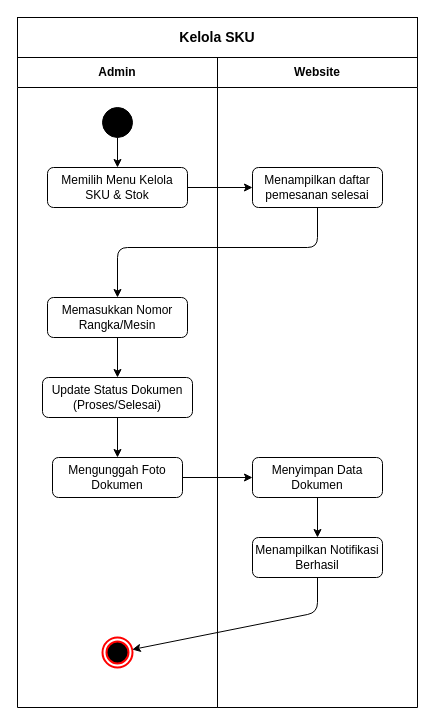
Above: page "Activity: KelolaKategori" (6 of 18) of diagram-macha/Macha_Diagrams.drawio in FikriBintangx/Macha (draw.io), before the change. Source tidied: cells renumbered, new cells numbered last; positions are measured from the earlier drawing's top-left corner, leaving out a move shared by most shapes. Both pictures are drawn from the tidied source at 100%, with x=0, y=0 at pixel (17, 17).
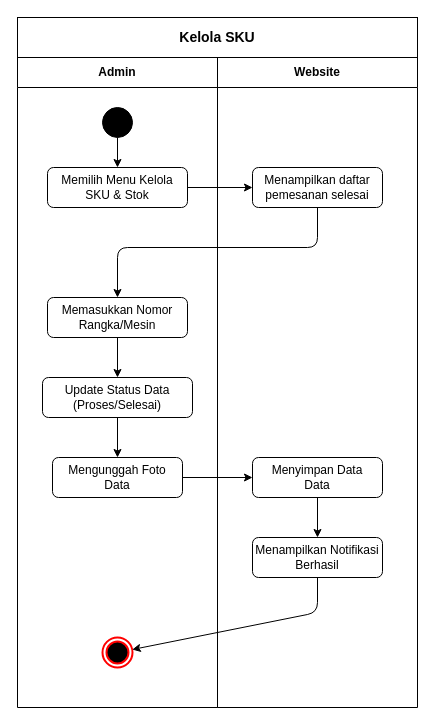
After the change.

The change refers to these unchanged cells:
```xml
<mxCell id="2" value="Admin" style="swimlane;whiteSpace=wrap;html=1;startSize=30;" parent="1" vertex="1">
  <mxGeometry y="40" width="200" height="650" as="geometry" />
</mxCell>
<mxCell id="9" value="Website" style="swimlane;whiteSpace=wrap;html=1;startSize=30;" parent="1" vertex="1">
  <mxGeometry x="200" y="40" width="200" height="650" as="geometry" />
</mxCell>
```

Change to the diagram source:
```diff
@@
-    <mxCell id="6" value="Update Status Dokumen&#10;(Proses/Selesai)" style="rounded=1;whiteSpace=wrap;html=1;" parent="2" vertex="1">
+    <mxCell id="6" value="Update Status Data&#10;(Proses/Selesai)" style="rounded=1;whiteSpace=wrap;html=1;" parent="2" vertex="1">
       <mxGeometry x="25" y="320" width="150" height="40" as="geometry" />
     </mxCell>
-    <mxCell id="7" value="Mengunggah Foto&#10;Dokumen" style="rounded=1;whiteSpace=wrap;html=1;" parent="2" vertex="1">
+    <mxCell id="7" value="Mengunggah Foto&#10;Data" style="rounded=1;whiteSpace=wrap;html=1;" parent="2" vertex="1">
       <mxGeometry x="35" y="400" width="130" height="40" as="geometry" />
     </mxCell>
@@
-    <mxCell id="11" value="Menyimpan Data&#10;Dokumen" style="rounded=1;whiteSpace=wrap;html=1;" parent="9" vertex="1">
+    <mxCell id="11" value="Menyimpan Data&#10;Data" style="rounded=1;whiteSpace=wrap;html=1;" parent="9" vertex="1">
       <mxGeometry x="35" y="400" width="130" height="40" as="geometry" />
     </mxCell>
```
